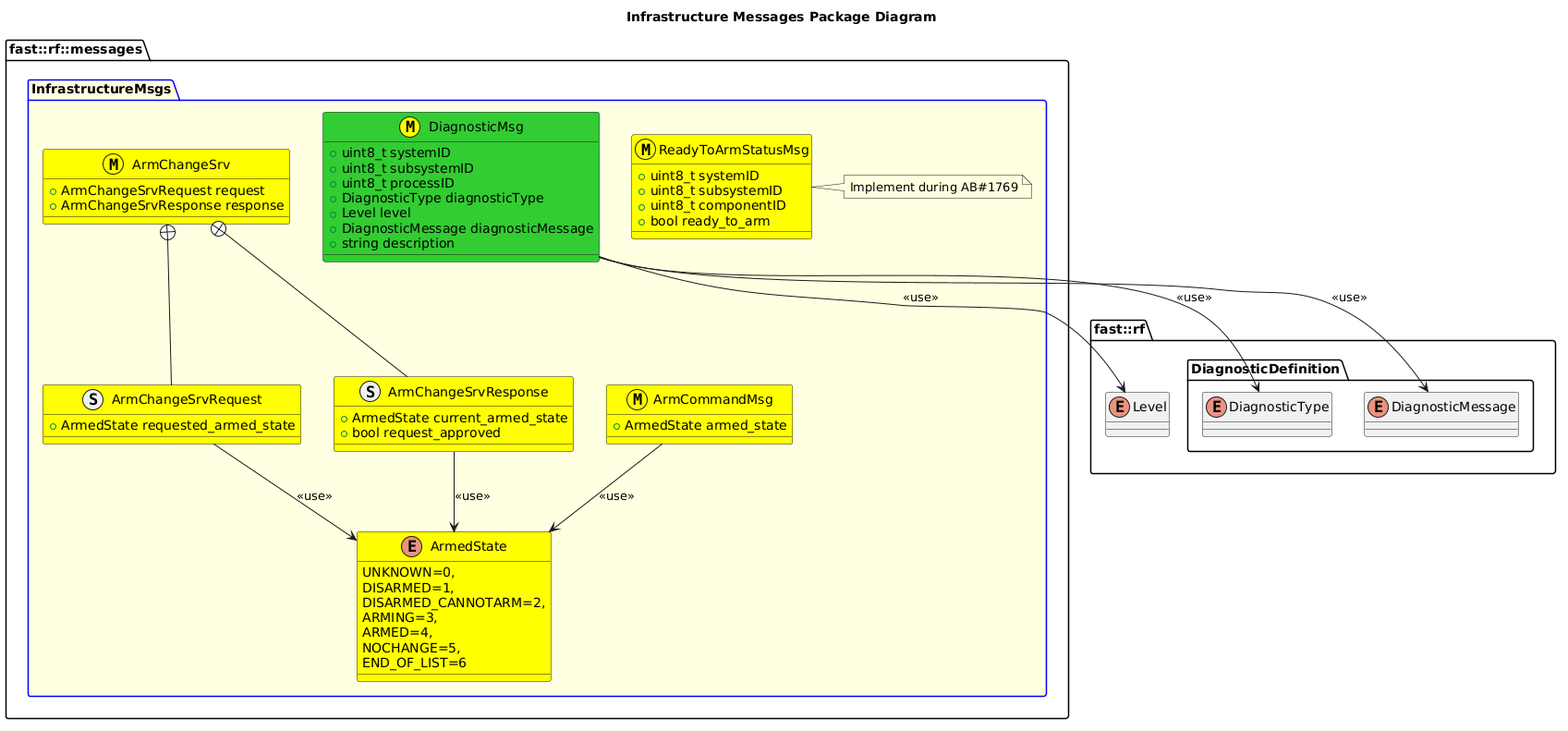
fastrobotics/robot_framework keeps this PlantUML diagram as msgs/InfrastructureMsgs/doc/puml/InfrastructureMessagesClassDiagram.png. Above is the earlier version.
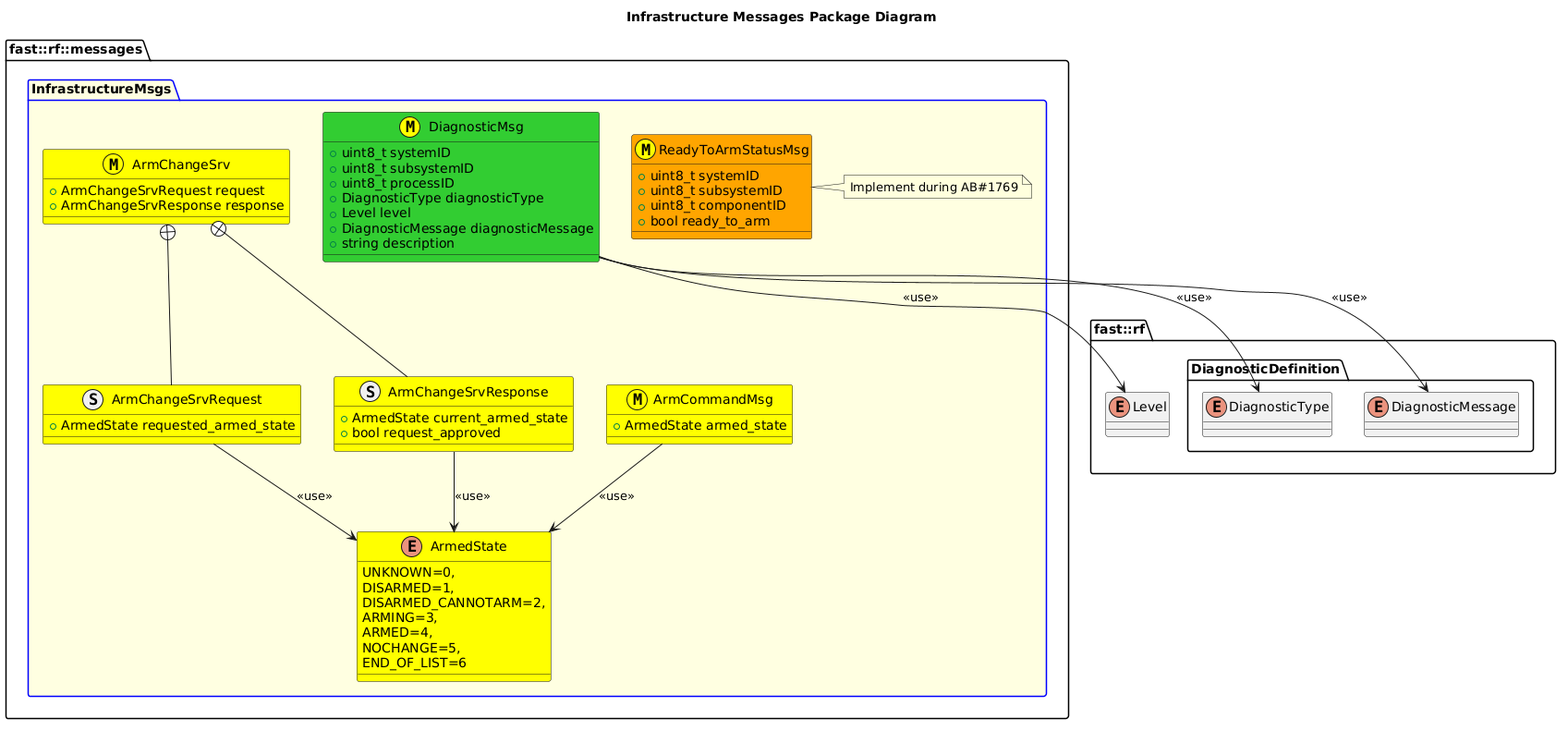
The same file after the commit.

Diff of the diagram source:
```diff
@@ -41,7 +41,7 @@
     }
     ArmChangeSrv +-- ArmChangeSrvRequest
     ArmChangeSrv +-- ArmChangeSrvResponse
-    class ReadyToArmStatusMsg <<(M,#FFFF00)>> #Yellow {
+    class ReadyToArmStatusMsg <<(M,#FFFF00)>> #Orange {
       +uint8_t systemID
       +uint8_t subsystemID
       +uint8_t componentID
```
